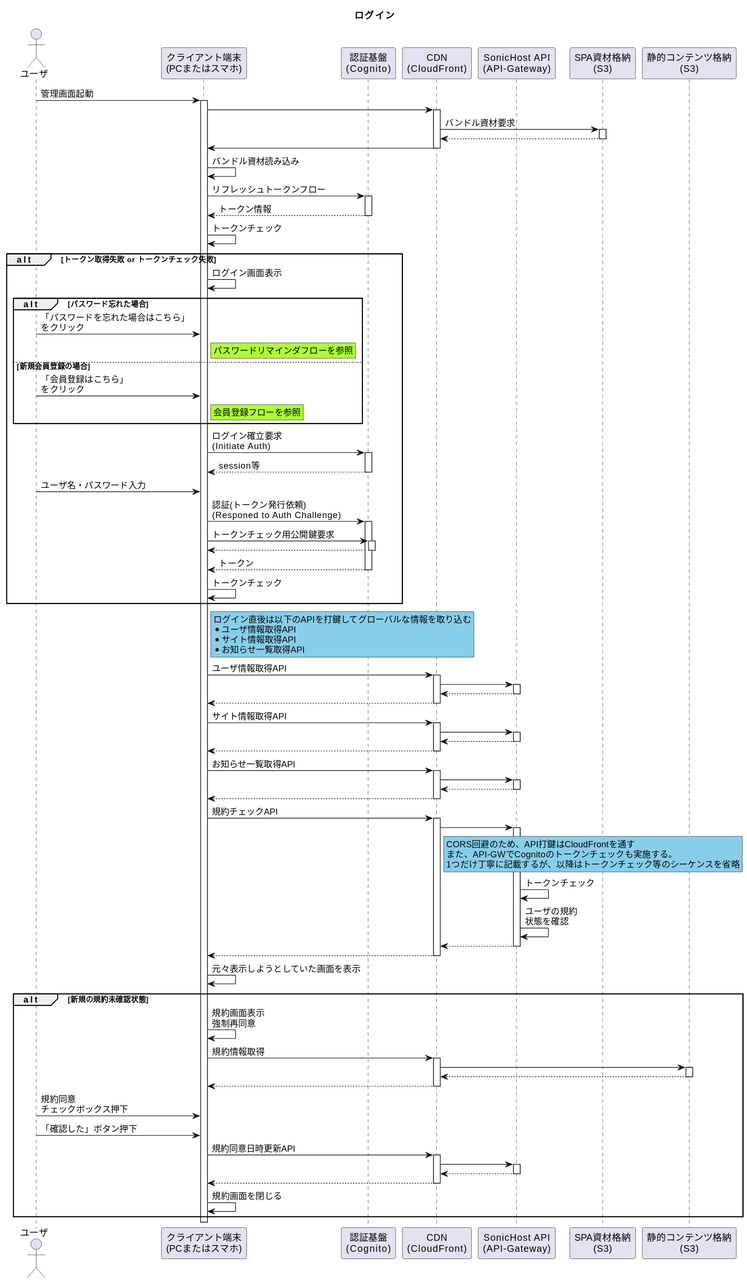
Sonic-Host/documents keeps this PlantUML diagram as 01_Sequences/00_Authentication/00_Login_Flow/LoginFlow.svg. Above is the earlier version.
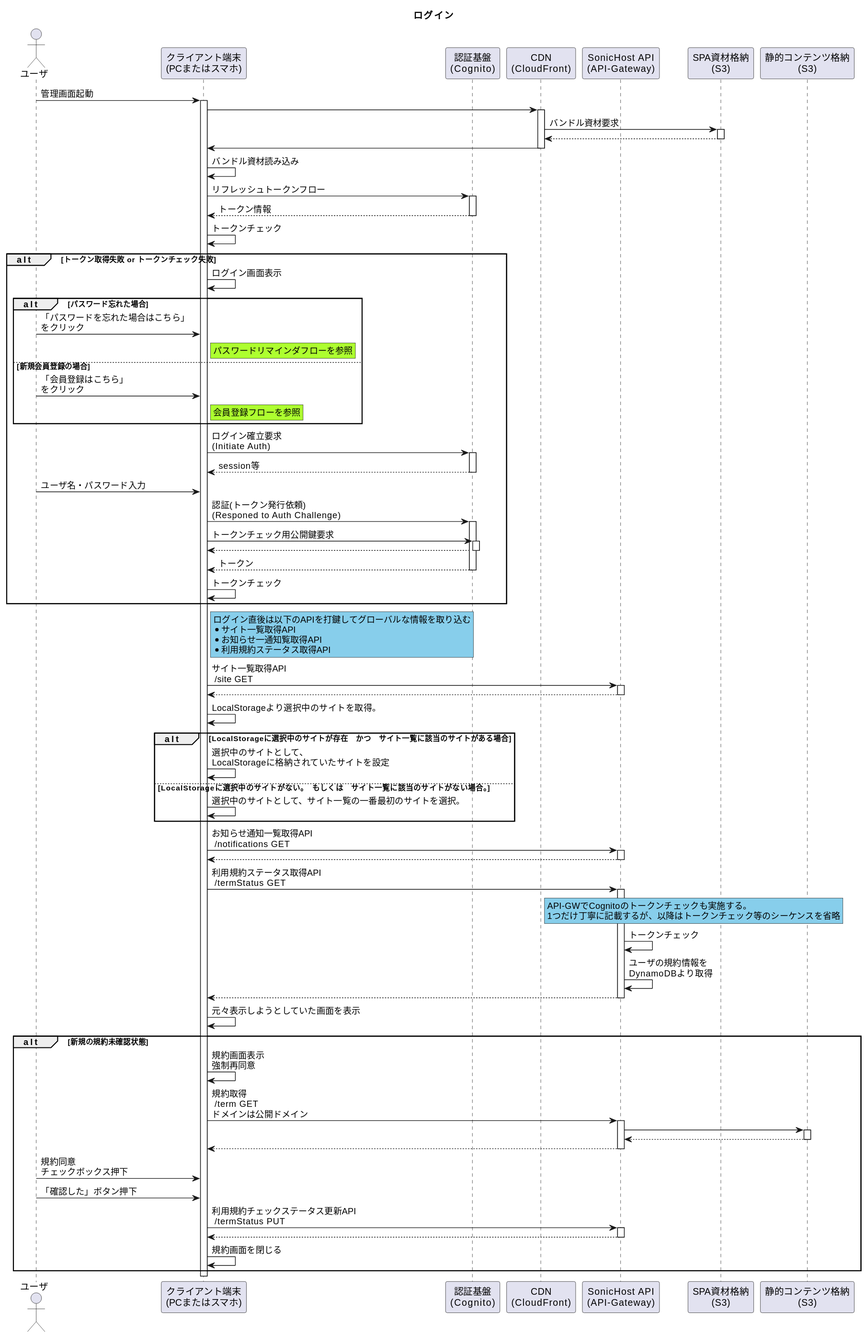
Later version of the same file.

What changed in the source:
```diff
@@ -43,46 +43,39 @@
 end
 rnote right of device #SkyBlue
     ログイン直後は以下のAPIを打鍵してグローバルな情報を取り込む
-    * ユーザ情報取得API
-    * サイト情報取得API
-    * お知らせ一覧取得API
+    * サイト一覧取得API
+    * お知らせ一通知覧取得API
+    * 利用規約ステータス取得API
 end note
-device -> cdn ++ : ユーザ情報取得API
-cdn -> api ++
-cdn <-- api --
-device <-- cdn --
-device -> cdn ++ : サイト情報取得API
-cdn -> api ++
-cdn <-- api --
-device <-- cdn --
-device -> cdn ++ : お知らせ一覧取得API
-cdn -> api ++
-cdn <-- api --
-device <-- cdn --
-device -> cdn ++ : 規約チェックAPI
-cdn -> api ++
+device -> api ++ : サイト一覧取得API \n /site GET
+device <-- api --
+device -> device : LocalStorageより選択中のサイトを取得。
+alt LocalStorageに選択中のサイトが存在　かつ　サイト一覧に該当のサイトがある場合
+    device -> device : 選択中のサイトとして、\nLocalStorageに格納されていたサイトを設定
+else LocalStorageに選択中のサイトがない。　もしくは　サイト一覧に該当のサイトがない場合。
+    device -> device : 選択中のサイトとして、サイト一覧の一番最初のサイトを選択。
+end
+device -> api ++ : お知らせ通知一覧取得API \n /notifications GET
+device <-- api --
+device -> api ++ : 利用規約ステータス取得API \n /termStatus GET
 rnote right of cdn #SkyBlue
-    CORS回避のため、API打鍵はCloudFrontを通す
-    また、API-GWでCognitoのトークンチェックも実施する。
+    API-GWでCognitoのトークンチェックも実施する。
     1つだけ丁寧に記載するが、以降はトークンチェック等のシーケンスを省略
 end note
 api -> api : トークンチェック
-api -> api : ユーザの規約\n状態を確認
-cdn <-- api --
-device <-- cdn --
+api -> api : ユーザの規約情報を\nDynamoDBより取得
+device <-- api --
 device -> device : 元々表示しようとしていた画面を表示
 alt 新規の規約未確認状態
     device -> device : 規約画面表示\n強制再同意
-    device -> cdn ++ : 規約情報取得
-    cdn -> static ++
-    cdn <-- static --
-    device <-- cdn --
+    device -> api ++ : 規約取得 \n /term GET \nドメインは公開ドメイン
+    api -> static ++
+    api <-- static --
+    device <-- api --
     user -> device : 規約同意\nチェックボックス押下
     user -> device : 「確認した」ボタン押下
-    device -> cdn ++ : 規約同意日時更新API
-    cdn -> api ++
-    cdn <-- api --
-    device <-- cdn --
+    device -> api ++ : 利用規約チェックステータス更新API \n /termStatus PUT
+    device <-- api --
     device -> device : 規約画面を閉じる
 end
 @enduml
```
